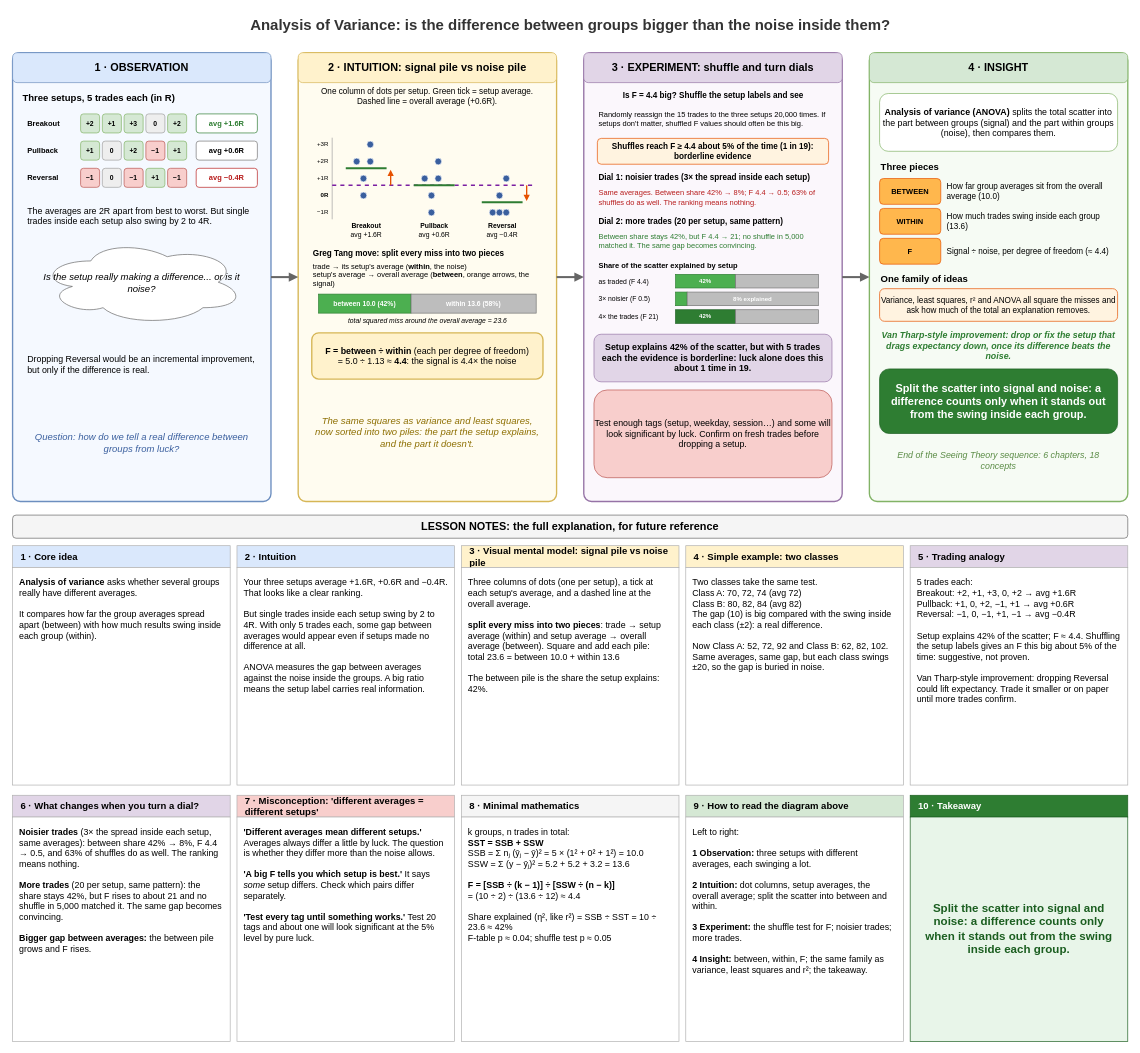
This is page "03 Analysis of Variance" (3 of 3) of seeing-theory/06-regression-analysis.drawio from raj-champaneriya-ibm/continuous-learning, a draw.io file, before an edit. Source tidied: cells renumbered, new cells numbered last; positions are measured from the earlier drawing's top-left corner, leaving out a move shared by most shapes. Both pictures are drawn from the tidied source at 68%, with x=0, y=0 at pixel (12, 12).
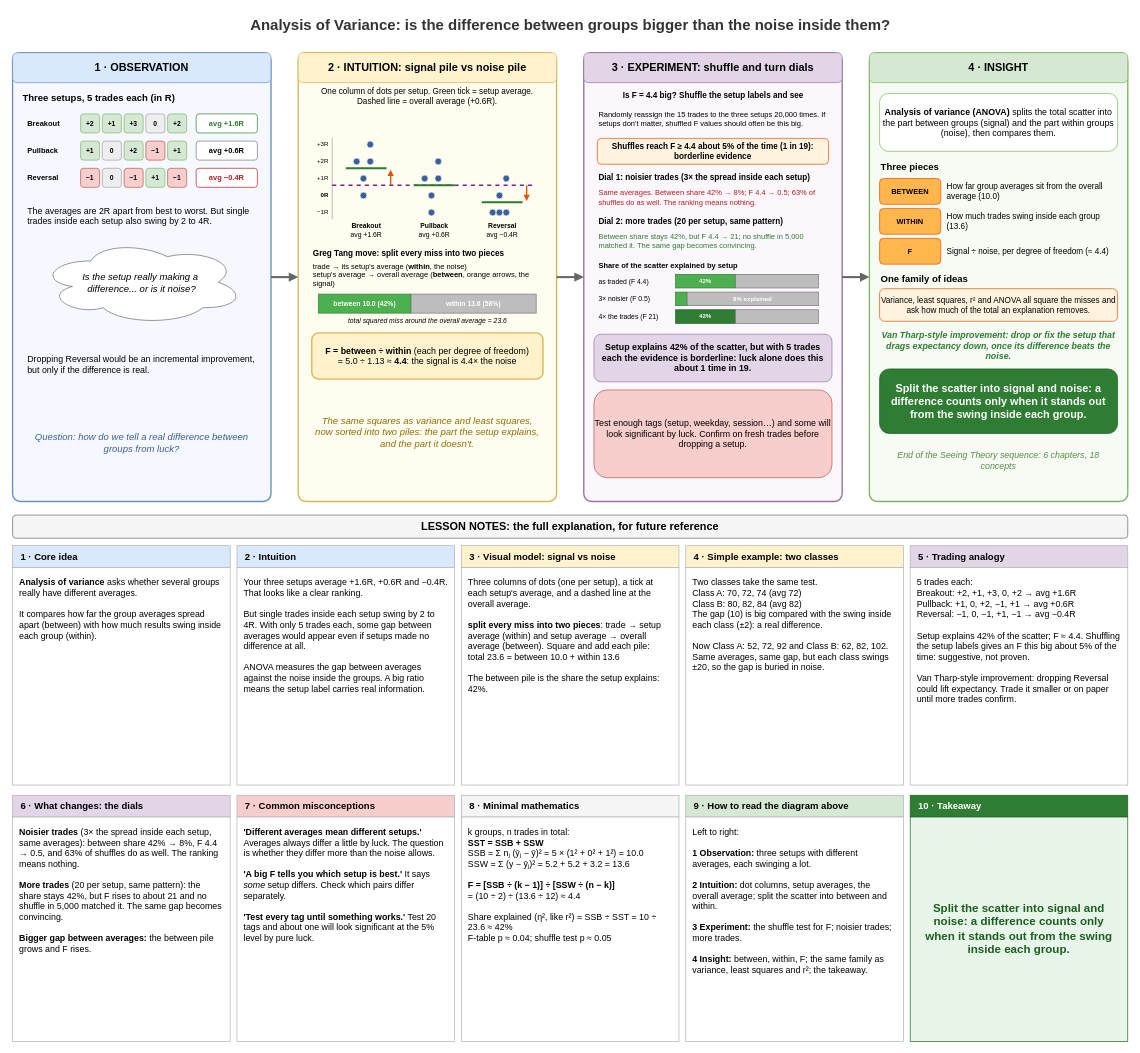
The same page after the edit.

What changed in the source:
```diff
@@
-    <mxCell id="28" value="Is the setup really making a difference... or is it noise?" style="ellipse;shape=cloud;whiteSpace=wrap;html=1;fillColor=#FFFFFF;strokeColor=#666666;fontSize=14;fontStyle=2;" parent="1" vertex="1">
+    <mxCell id="28" value="Is the setup really making a&amp;nbsp;&lt;div&gt;difference... or is it noise?&lt;/div&gt;" style="ellipse;shape=cloud;whiteSpace=wrap;html=1;fillColor=#FFFFFF;strokeColor=#666666;fontSize=14;fontStyle=2;" parent="1" vertex="1">
       <mxGeometry x="40" y="335" width="300" height="125" as="geometry" />
     </mxCell>
@@
-    <mxCell id="115" value="3 · Visual mental model: signal pile vs noise pile" style="rounded=0;whiteSpace=wrap;html=1;fillColor=#fff2cc;strokeColor=#B0B0B0;align=left;spacingLeft=10;fontSize=14;fontStyle=1;" parent="1" vertex="1">
+    <mxCell id="115" value="3 · Visual model: signal vs noise" style="rounded=0;whiteSpace=wrap;html=1;fillColor=#fff2cc;strokeColor=#B0B0B0;align=left;spacingLeft=10;fontSize=14;fontStyle=1;" parent="1" vertex="1">
       <mxGeometry x="660" y="785" width="320" height="32" as="geometry" />
     </mxCell>
@@
-    <mxCell id="121" value="6 · What changes when you turn a dial?" style="rounded=0;whiteSpace=wrap;html=1;fillColor=#e1d5e7;strokeColor=#B0B0B0;align=left;spacingLeft=10;fontSize=14;fontStyle=1;" parent="1" vertex="1">
+    <mxCell id="121" value="6 · What changes: the dials" style="rounded=0;whiteSpace=wrap;html=1;fillColor=#e1d5e7;strokeColor=#B0B0B0;align=left;spacingLeft=10;fontSize=14;fontStyle=1;" parent="1" vertex="1">
       <mxGeometry y="1152" width="320" height="32" as="geometry" />
     </mxCell>
@@
-    <mxCell id="123" value="7 · Misconception: 'different averages = different setups'" style="rounded=0;whiteSpace=wrap;html=1;fillColor=#f8cecc;strokeColor=#B0B0B0;align=left;spacingLeft=10;fontSize=14;fontStyle=1;" parent="1" vertex="1">
+    <mxCell id="123" value="7 · Common misconceptions" style="rounded=0;whiteSpace=wrap;html=1;fillColor=#f8cecc;strokeColor=#B0B0B0;align=left;spacingLeft=10;fontSize=14;fontStyle=1;" parent="1" vertex="1">
       <mxGeometry x="330" y="1152" width="320" height="32" as="geometry" />
     </mxCell>
```
